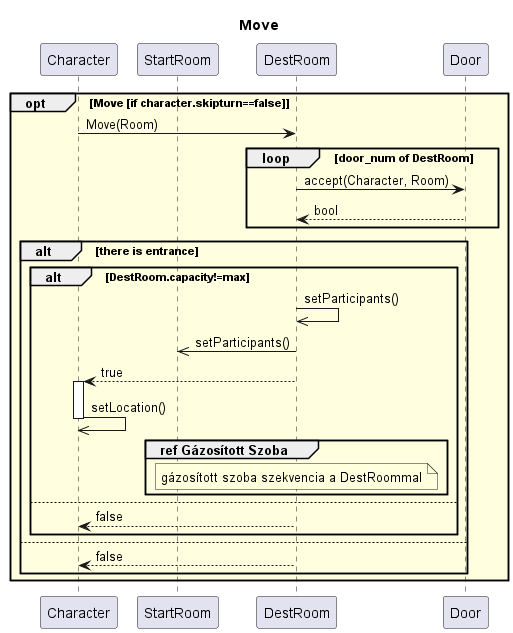
Before: out/diagramms/src/move/move.png, a diagram exported from PlantUML (kipolaris/skyrimscriptsuttogok).
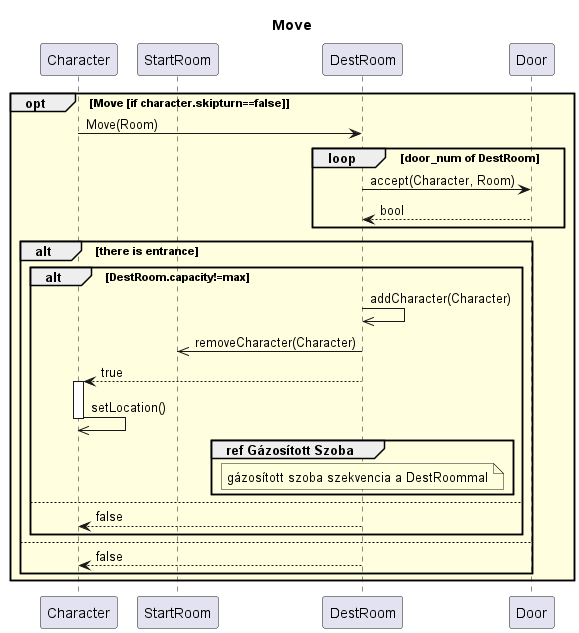
After the change.

Change to the diagram source:
```diff
@@ -18,8 +18,8 @@
     alt there is entrance
         alt DestRoom.capacity!=max
 
-            dsz->>dsz : setParticipants()
-            dsz->>sz : setParticipants()
+            dsz->>dsz : addCharacter(Character)
+            dsz->>sz : removeCharacter(Character)
 
             dsz-->char : true
             activate char
```
